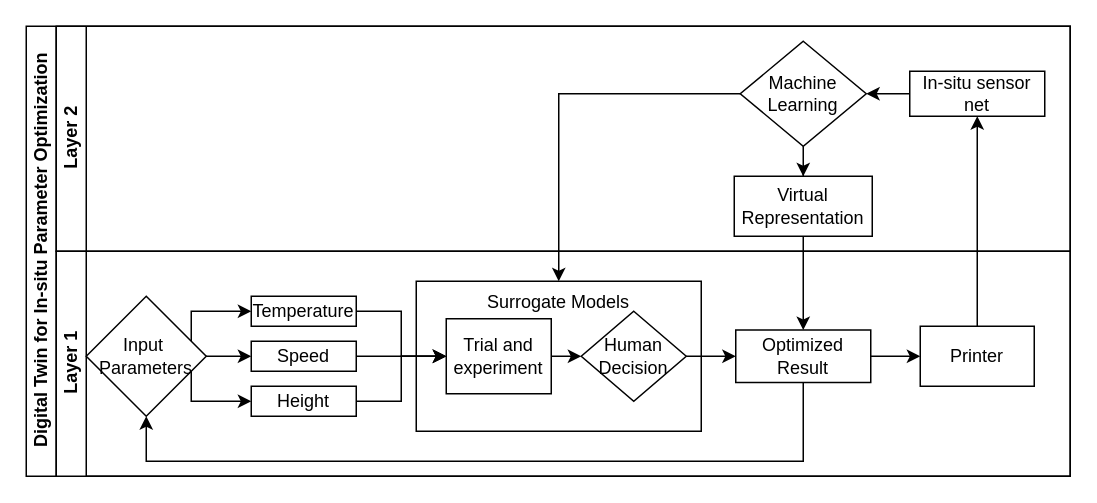
Above: 未命名绘图.drawio in KexinYin-in-UK/In-situ-parameter-optimization (draw.io), before the change. Source tidied: cells renumbered, new cells numbered last; positions are measured from the earlier drawing's top-left corner, leaving out a move shared by most shapes. Both pictures are drawn from the tidied source at 150%, with x=0, y=0 at pixel (26, 26).
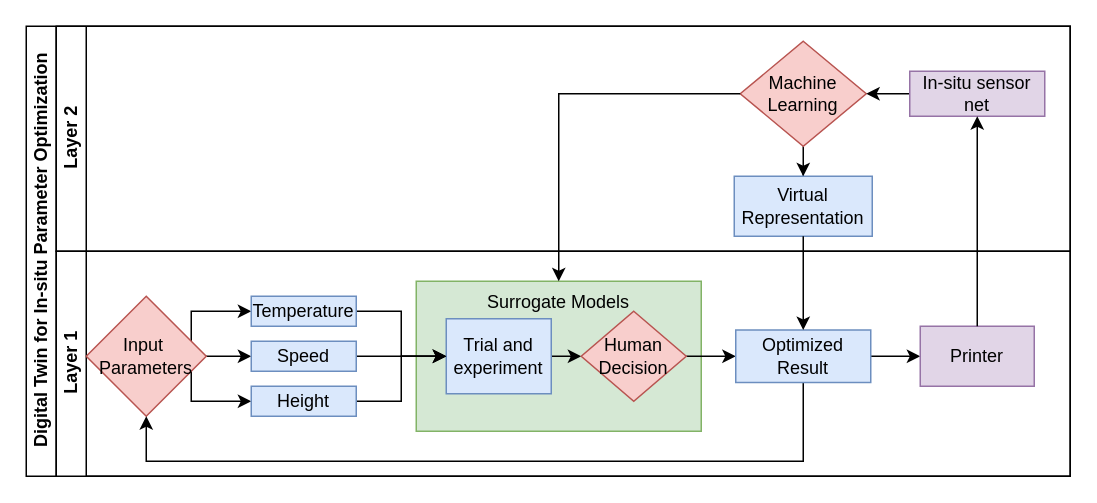
After the change.

Commit message:
更新未命名绘图.drawio

Unchanged cells that the change refers to:
```xml
<mxCell id="3" value="Layer 2" style="swimlane;html=1;startSize=20;horizontal=0;" parent="2" vertex="1">
  <mxGeometry x="20" width="676" height="150" as="geometry" />
</mxCell>
<mxCell id="9" value="Layer 1" style="swimlane;html=1;startSize=20;horizontal=0;" parent="2" vertex="1">
  <mxGeometry x="20" y="150" width="676" height="150" as="geometry" />
</mxCell>
```

What changed in the source:
```diff
@@
-    <mxCell id="5" value="Machine&lt;br&gt;Learning" style="rhombus;whiteSpace=wrap;html=1;fontFamily=Helvetica;fontSize=12;fontColor=#000000;align=center;" parent="3" vertex="1">
+    <mxCell id="5" value="Machine&lt;br&gt;Learning" style="rhombus;whiteSpace=wrap;html=1;fontFamily=Helvetica;fontSize=12;align=center;fillColor=#f8cecc;strokeColor=#b85450;" parent="3" vertex="1">
       <mxGeometry x="456" y="10" width="84" height="70" as="geometry" />
     </mxCell>
@@
-    <mxCell id="7" value="In-situ sensor net" style="rounded=0;whiteSpace=wrap;html=1;" parent="3" vertex="1">
+    <mxCell id="7" value="In-situ sensor net" style="rounded=0;whiteSpace=wrap;html=1;fillColor=#e1d5e7;strokeColor=#9673a6;" parent="3" vertex="1">
       <mxGeometry x="569" y="30" width="90" height="30" as="geometry" />
     </mxCell>
-    <mxCell id="8" value="Virtual&lt;br&gt;Representation" style="rounded=0;whiteSpace=wrap;html=1;fontFamily=Helvetica;fontSize=12;fontColor=#000000;align=center;" parent="3" vertex="1">
+    <mxCell id="8" value="Virtual&lt;br&gt;Representation" style="rounded=0;whiteSpace=wrap;html=1;fontFamily=Helvetica;fontSize=12;align=center;fillColor=#dae8fc;strokeColor=#6c8ebf;" parent="3" vertex="1">
       <mxGeometry x="452" y="100" width="92" height="40" as="geometry" />
     </mxCell>
@@
-    <mxCell id="10" value="Surrogate Models" style="rounded=0;whiteSpace=wrap;html=1;verticalAlign=top;" parent="9" vertex="1">
+    <mxCell id="10" value="Surrogate Models" style="rounded=0;whiteSpace=wrap;html=1;verticalAlign=top;fillColor=#d5e8d4;strokeColor=#82b366;" parent="9" vertex="1">
       <mxGeometry x="240" y="20" width="190" height="100" as="geometry" />
     </mxCell>
@@
-    <mxCell id="12" value="Trial and experiment" style="rounded=0;whiteSpace=wrap;html=1;fontFamily=Helvetica;fontSize=12;fontColor=#000000;align=center;" parent="9" vertex="1">
+    <mxCell id="12" value="Trial and experiment" style="rounded=0;whiteSpace=wrap;html=1;fontFamily=Helvetica;fontSize=12;align=center;fillColor=#dae8fc;strokeColor=#6c8ebf;" parent="9" vertex="1">
       <mxGeometry x="260" y="45" width="70" height="50" as="geometry" />
     </mxCell>
@@
-    <mxCell id="14" value="Human&lt;br&gt;Decision" style="rhombus;whiteSpace=wrap;html=1;fontFamily=Helvetica;fontSize=12;fontColor=#000000;align=center;" parent="9" vertex="1">
+    <mxCell id="14" value="Human&lt;br&gt;Decision" style="rhombus;whiteSpace=wrap;html=1;fontFamily=Helvetica;fontSize=12;align=center;fillColor=#f8cecc;strokeColor=#b85450;" parent="9" vertex="1">
       <mxGeometry x="350" y="40" width="70" height="60" as="geometry" />
     </mxCell>
@@
-    <mxCell id="18" value="Input&amp;nbsp;&lt;br&gt;Parameters" style="rhombus;whiteSpace=wrap;html=1;" parent="9" vertex="1">
+    <mxCell id="18" value="Input&amp;nbsp;&lt;br&gt;Parameters" style="rhombus;whiteSpace=wrap;html=1;fillColor=#f8cecc;strokeColor=#b85450;" parent="9" vertex="1">
       <mxGeometry x="20" y="30" width="80" height="80" as="geometry" />
     </mxCell>
@@
-    <mxCell id="20" value="Temperature" style="rounded=0;whiteSpace=wrap;html=1;" parent="9" vertex="1">
+    <mxCell id="20" value="Temperature" style="rounded=0;whiteSpace=wrap;html=1;fillColor=#dae8fc;strokeColor=#6c8ebf;" parent="9" vertex="1">
       <mxGeometry x="130" y="30" width="70" height="20" as="geometry" />
     </mxCell>
@@
-    <mxCell id="22" value="Speed" style="rounded=0;whiteSpace=wrap;html=1;" parent="9" vertex="1">
+    <mxCell id="22" value="Speed" style="rounded=0;whiteSpace=wrap;html=1;fillColor=#dae8fc;strokeColor=#6c8ebf;" parent="9" vertex="1">
       <mxGeometry x="130" y="60" width="70" height="20" as="geometry" />
     </mxCell>
@@
-    <mxCell id="24" value="Height" style="rounded=0;whiteSpace=wrap;html=1;" parent="9" vertex="1">
+    <mxCell id="24" value="Height" style="rounded=0;whiteSpace=wrap;html=1;fillColor=#dae8fc;strokeColor=#6c8ebf;" parent="9" vertex="1">
       <mxGeometry x="130" y="90" width="70" height="20" as="geometry" />
     </mxCell>
@@
-    <mxCell id="27" value="Optimized Result" style="rounded=0;whiteSpace=wrap;html=1;" parent="9" vertex="1">
+    <mxCell id="27" value="Optimized Result" style="rounded=0;whiteSpace=wrap;html=1;fillColor=#dae8fc;strokeColor=#6c8ebf;" parent="9" vertex="1">
       <mxGeometry x="453" y="52.5" width="90" height="35" as="geometry" />
     </mxCell>
-    <mxCell id="28" value="Printer" style="rounded=0;whiteSpace=wrap;html=1;" parent="9" vertex="1">
+    <mxCell id="28" value="Printer" style="rounded=0;whiteSpace=wrap;html=1;fillColor=#e1d5e7;strokeColor=#9673a6;" parent="9" vertex="1">
       <mxGeometry x="576" y="50" width="76" height="40" as="geometry" />
     </mxCell>
```
